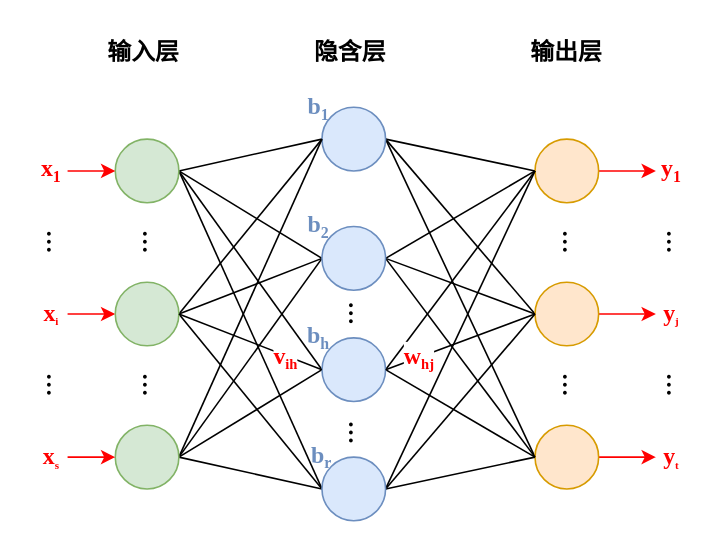
2896498573/Redgon keeps this draw.io diagram as BPNN.drawio. Above is the earlier version. Source tidied: cells renumbered, new cells numbered last; positions are measured from the earlier drawing's top-left corner, leaving out a move shared by most shapes. Both pictures are drawn from the tidied source at 159%, with x=0, y=0 at pixel (35, 27).
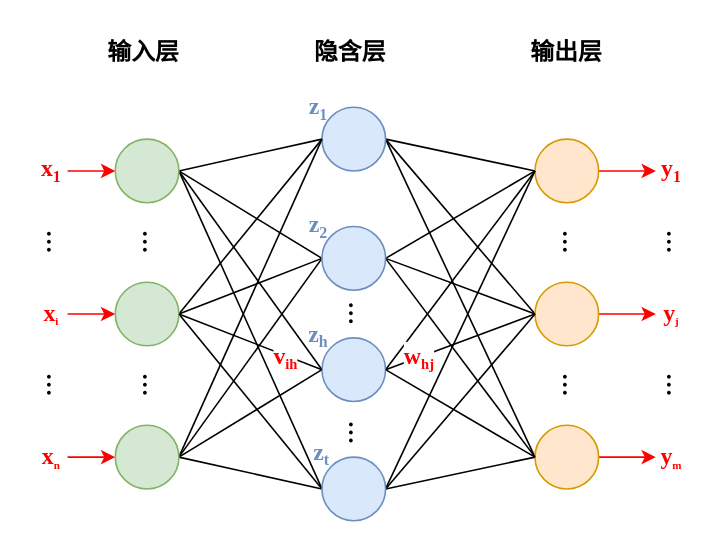
Above is the later version.

The edit, as a diff of the source:
```diff
@@
-    <mxCell id="35" value="&lt;font style=&quot;font-size: 15px;&quot;&gt;x&lt;/font&gt;&lt;span style=&quot;font-size: 8.33333px;&quot;&gt;&lt;sub&gt;s&lt;/sub&gt;&lt;/span&gt;" style="text;html=1;strokeColor=none;fillColor=none;align=center;verticalAlign=middle;whiteSpace=wrap;rounded=0;fontFamily=Times New Roman;fontStyle=1;fontColor=#FF0000;" parent="1" vertex="1">
+    <mxCell id="35" value="&lt;font style=&quot;font-size: 15px;&quot;&gt;x&lt;/font&gt;&lt;span style=&quot;font-size: 8.33333px;&quot;&gt;&lt;sub&gt;n&lt;/sub&gt;&lt;/span&gt;" style="text;html=1;strokeColor=none;fillColor=none;align=center;verticalAlign=middle;whiteSpace=wrap;rounded=0;fontFamily=Times New Roman;fontStyle=1;fontColor=#FF0000;" parent="1" vertex="1">
       <mxGeometry y="255" width="20" height="30" as="geometry" />
     </mxCell>
@@
-    <mxCell id="59" value="&lt;font style=&quot;font-size: 15px;&quot;&gt;y&lt;/font&gt;&lt;span style=&quot;font-size: 8.33333px;&quot;&gt;&lt;sub&gt;t&lt;/sub&gt;&lt;/span&gt;" style="text;html=1;strokeColor=none;fillColor=none;align=center;verticalAlign=middle;whiteSpace=wrap;rounded=0;fontFamily=Times New Roman;fontStyle=1;fontColor=#FF0000;" parent="1" vertex="1">
+    <mxCell id="59" value="&lt;font style=&quot;font-size: 15px;&quot;&gt;y&lt;/font&gt;&lt;span style=&quot;font-size: 8.33333px;&quot;&gt;&lt;sub&gt;m&lt;/sub&gt;&lt;/span&gt;" style="text;html=1;strokeColor=none;fillColor=none;align=center;verticalAlign=middle;whiteSpace=wrap;rounded=0;fontFamily=Times New Roman;fontStyle=1;fontColor=#FF0000;" parent="1" vertex="1">
       <mxGeometry x="390" y="255" width="20" height="30" as="geometry" />
     </mxCell>
-    <mxCell id="60" value="&lt;font style=&quot;font-size: 15px;&quot;&gt;b&lt;/font&gt;&lt;sub style=&quot;font-size: 10px;&quot;&gt;1&lt;/sub&gt;" style="text;html=1;strokeColor=none;fillColor=none;align=center;verticalAlign=middle;whiteSpace=wrap;rounded=0;fontFamily=Times New Roman;fontStyle=1;fontColor=#6c8ebf;" parent="1" vertex="1">
+    <mxCell id="60" value="&lt;font style=&quot;font-size: 15px;&quot;&gt;z&lt;/font&gt;&lt;sub style=&quot;font-size: 10px;&quot;&gt;1&lt;/sub&gt;" style="text;html=1;strokeColor=none;fillColor=none;align=center;verticalAlign=middle;whiteSpace=wrap;rounded=0;fontFamily=Times New Roman;fontStyle=1;fontColor=#6c8ebf;" parent="1" vertex="1">
       <mxGeometry x="168" y="36" width="20" height="30" as="geometry" />
     </mxCell>
-    <mxCell id="61" value="&lt;font style=&quot;font-size: 15px;&quot;&gt;b&lt;/font&gt;&lt;sub style=&quot;font-size: 10px;&quot;&gt;2&lt;/sub&gt;" style="text;html=1;strokeColor=none;fillColor=none;align=center;verticalAlign=middle;whiteSpace=wrap;rounded=0;fontFamily=Times New Roman;fontStyle=1;fontColor=#6c8ebf;" parent="1" vertex="1">
+    <mxCell id="61" value="&lt;font style=&quot;font-size: 15px;&quot;&gt;z&lt;/font&gt;&lt;sub style=&quot;font-size: 10px;&quot;&gt;2&lt;/sub&gt;" style="text;html=1;strokeColor=none;fillColor=none;align=center;verticalAlign=middle;whiteSpace=wrap;rounded=0;fontFamily=Times New Roman;fontStyle=1;fontColor=#6c8ebf;" parent="1" vertex="1">
       <mxGeometry x="168" y="110" width="20" height="30" as="geometry" />
     </mxCell>
-    <mxCell id="62" value="&lt;font style=&quot;font-size: 15px;&quot;&gt;b&lt;/font&gt;&lt;sub style=&quot;font-size: 10px;&quot;&gt;h&lt;/sub&gt;" style="text;html=1;strokeColor=none;fillColor=none;align=center;verticalAlign=middle;whiteSpace=wrap;rounded=0;fontFamily=Times New Roman;fontStyle=1;fontColor=#6c8ebf;" parent="1" vertex="1">
-      <mxGeometry x="168" y="180" width="20" height="30" as="geometry" />
+    <mxCell id="62" value="&lt;font style=&quot;font-size: 15px;&quot;&gt;z&lt;/font&gt;&lt;sub style=&quot;font-size: 10px;&quot;&gt;h&lt;/sub&gt;" style="text;html=1;strokeColor=none;fillColor=none;align=center;verticalAlign=middle;whiteSpace=wrap;rounded=0;fontFamily=Times New Roman;fontStyle=1;fontColor=#6c8ebf;" parent="1" vertex="1">
+      <mxGeometry x="168" y="179" width="20" height="30" as="geometry" />
     </mxCell>
-    <mxCell id="63" value="&lt;font style=&quot;font-size: 15px;&quot;&gt;b&lt;/font&gt;&lt;sub style=&quot;font-size: 10px;&quot;&gt;r&lt;/sub&gt;" style="text;html=1;strokeColor=none;fillColor=none;align=center;verticalAlign=middle;whiteSpace=wrap;rounded=0;fontFamily=Times New Roman;fontStyle=1;fontColor=#6c8ebf;" parent="1" vertex="1">
-      <mxGeometry x="170" y="255" width="20" height="30" as="geometry" />
+    <mxCell id="63" value="&lt;font style=&quot;font-size: 15px;&quot;&gt;z&lt;/font&gt;&lt;sub style=&quot;font-size: 10px;&quot;&gt;t&lt;/sub&gt;" style="text;html=1;strokeColor=none;fillColor=none;align=center;verticalAlign=middle;whiteSpace=wrap;rounded=0;fontFamily=Times New Roman;fontStyle=1;fontColor=#6c8ebf;" parent="1" vertex="1">
+      <mxGeometry x="170" y="253" width="20" height="30" as="geometry" />
     </mxCell>
```
